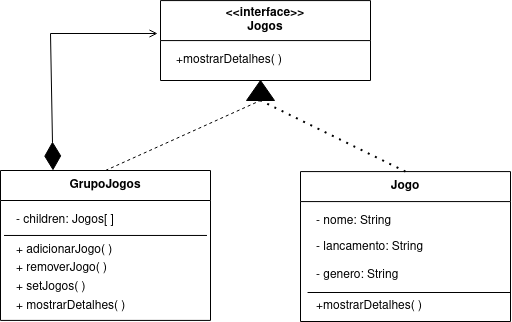
YagoPSilva/Bertoti keeps this draw.io diagram as EngSoftware3/img/composite.png. Above is the earlier version. Source tidied: cells renumbered, new cells last; positions are measured from the earlier drawing's top-left corner, leaving out a move shared by most shapes.
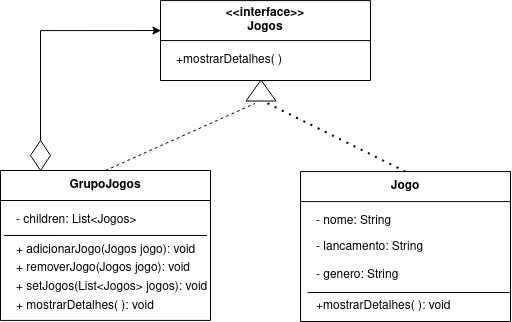
The same file after the commit.

The edit, as a diff of the source:
```diff
@@ -11,7 +11,7 @@
     <mxCell id="4" value="&lt;div&gt;Jogo&lt;/div&gt;" style="swimlane;whiteSpace=wrap;html=1;rotation=0;startSize=30;" parent="1" vertex="1">
       <mxGeometry x="300" y="171.1" width="210" height="149.9" as="geometry" />
     </mxCell>
-    <mxCell id="5" value="+mostrarDetalhes( ) " style="text;strokeColor=none;fillColor=none;align=left;verticalAlign=middle;spacingLeft=4;spacingRight=4;overflow=hidden;whiteSpace=wrap;html=1;" parent="4" vertex="1">
+    <mxCell id="5" value="+mostrarDetalhes( ): void " style="text;strokeColor=none;fillColor=none;align=left;verticalAlign=middle;spacingLeft=4;spacingRight=4;overflow=hidden;whiteSpace=wrap;html=1;" parent="4" vertex="1">
       <mxGeometry x="9.9" y="119.9" width="190.2" height="30" as="geometry" />
     </mxCell>
     <mxCell id="6" value="- nome: String" style="text;strokeColor=none;fillColor=none;align=left;verticalAlign=middle;spacingLeft=4;spacingRight=4;overflow=hidden;whiteSpace=wrap;html=1;" parent="4" vertex="1">
@@ -31,10 +31,10 @@
     <mxCell id="10" value="&lt;div&gt;GrupoJogos&lt;/div&gt;" style="swimlane;whiteSpace=wrap;html=1;rotation=0;startSize=30;" parent="1" vertex="1">
       <mxGeometry y="170" width="210" height="149.9" as="geometry" />
     </mxCell>
-    <mxCell id="11" value="+ adicionarJogo( )" style="text;strokeColor=none;fillColor=none;align=left;verticalAlign=middle;spacingLeft=4;spacingRight=4;overflow=hidden;whiteSpace=wrap;html=1;" parent="10" vertex="1">
-      <mxGeometry x="9.9" y="65" width="190.2" height="30" as="geometry" />
+    <mxCell id="11" value="+ adicionarJogo(Jogos jogo): void" style="text;strokeColor=none;fillColor=none;align=left;verticalAlign=middle;spacingLeft=4;spacingRight=4;overflow=hidden;whiteSpace=wrap;html=1;" parent="10" vertex="1">
+      <mxGeometry x="9.9" y="65" width="190.1" height="30" as="geometry" />
     </mxCell>
-    <mxCell id="12" value="- children: Jogos[ ] " style="text;strokeColor=none;fillColor=none;align=left;verticalAlign=middle;spacingLeft=4;spacingRight=4;overflow=hidden;whiteSpace=wrap;html=1;" parent="10" vertex="1">
+    <mxCell id="12" value="- children: List&amp;lt;Jogos&amp;gt; " style="text;strokeColor=none;fillColor=none;align=left;verticalAlign=middle;spacingLeft=4;spacingRight=4;overflow=hidden;whiteSpace=wrap;html=1;" parent="10" vertex="1">
       <mxGeometry x="9.9" y="35" width="190.2" height="30" as="geometry" />
     </mxCell>
     <mxCell id="13" style="endArrow=none;html=1;rounded=0;entryX=-0.015;entryY=1.067;entryDx=0;entryDy=0;entryPerimeter=0;" parent="10" edge="1">
@@ -43,37 +43,33 @@
         <mxPoint x="3.5" y="65" as="targetPoint" />
       </mxGeometry>
     </mxCell>
-    <mxCell id="14" value="+ setJogos( )" style="text;strokeColor=none;fillColor=none;align=left;verticalAlign=middle;spacingLeft=4;spacingRight=4;overflow=hidden;whiteSpace=wrap;html=1;" parent="1" vertex="1">
-      <mxGeometry x="9.9" y="272" width="190.2" height="30" as="geometry" />
+    <mxCell id="14" value="+ setJogos(List&amp;lt;Jogos&amp;gt; jogos): void" style="text;strokeColor=none;fillColor=none;align=left;verticalAlign=middle;spacingLeft=4;spacingRight=4;overflow=hidden;whiteSpace=wrap;html=1;" parent="1" vertex="1">
+      <mxGeometry x="9.9" y="272" width="210.1" height="30" as="geometry" />
     </mxCell>
-    <mxCell id="15" value="+ mostrarDetalhes( )" style="text;strokeColor=none;fillColor=none;align=left;verticalAlign=middle;spacingLeft=4;spacingRight=4;overflow=hidden;whiteSpace=wrap;html=1;" parent="1" vertex="1">
+    <mxCell id="15" value="+ mostrarDetalhes( ): void" style="text;strokeColor=none;fillColor=none;align=left;verticalAlign=middle;spacingLeft=4;spacingRight=4;overflow=hidden;whiteSpace=wrap;html=1;" parent="1" vertex="1">
       <mxGeometry x="9.9" y="291" width="190.2" height="30" as="geometry" />
     </mxCell>
-    <mxCell id="16" value="+ removerJogo( )" style="text;strokeColor=none;fillColor=none;align=left;verticalAlign=middle;spacingLeft=4;spacingRight=4;overflow=hidden;whiteSpace=wrap;html=1;" parent="1" vertex="1">
+    <mxCell id="16" value="+ removerJogo(Jogos jogo): void" style="text;strokeColor=none;fillColor=none;align=left;verticalAlign=middle;spacingLeft=4;spacingRight=4;overflow=hidden;whiteSpace=wrap;html=1;" parent="1" vertex="1">
       <mxGeometry x="9.9" y="253" width="190.2" height="30" as="geometry" />
     </mxCell>
-    <mxCell id="17" style="endArrow=none;dashed=1;html=1;rounded=0;exitX=0.5;exitY=0;exitDx=0;exitDy=0;" parent="1" edge="1" source="10">
-      <mxGeometry relative="1" as="geometry">
-        <mxPoint x="260" y="100" as="targetPoint" />
-      </mxGeometry>
+    <mxCell id="17" style="endArrow=none;dashed=1;html=1;rounded=0;exitX=0.5;exitY=0;exitDx=0;exitDy=0;entryX=-0.122;entryY=0.291;entryDx=0;entryDy=0;entryPerimeter=0;" parent="1" edge="1" source="10" target="21">
+      <mxGeometry relative="1" as="geometry" />
     </mxCell>
-    <mxCell id="18" style="endArrow=none;dashed=1;html=1;dashPattern=1 3;strokeWidth=2;rounded=0;exitX=0.5;exitY=0;exitDx=0;exitDy=0;" parent="1" edge="1" source="4">
-      <mxGeometry relative="1" as="geometry">
-        <mxPoint x="260" y="100" as="targetPoint" />
-      </mxGeometry>
+    <mxCell id="18" style="endArrow=none;dashed=1;html=1;dashPattern=1 3;strokeWidth=2;rounded=0;exitX=0.5;exitY=0;exitDx=0;exitDy=0;entryX=-0.056;entryY=0.643;entryDx=0;entryDy=0;entryPerimeter=0;" parent="1" edge="1" source="4" target="21">
+      <mxGeometry relative="1" as="geometry" />
     </mxCell>
-    <mxCell id="19" style="shape=mxgraph.arrows2.wedgeArrow;html=1;startWidth=14;fillColor=strokeColor;defaultFillColor=invert;defaultGradientColor=invert;rounded=0;" parent="1" edge="1">
-      <mxGeometry relative="1" as="geometry">
-        <mxPoint x="260" y="100" as="sourcePoint" />
-        <mxPoint x="260" y="80" as="targetPoint" />
-      </mxGeometry>
-    </mxCell>
-    <mxCell id="20" style="endArrow=open;html=1;rounded=0;entryX=-0.014;entryY=0.412;entryDx=0;entryDy=0;entryPerimeter=0;exitX=0.25;exitY=0;exitDx=0;exitDy=0;endFill=0;startArrow=diamondThin;startFill=1;startSize=26;sourcePerimeterSpacing=7;" parent="1" edge="1" source="10" target="2">
-      <mxGeometry relative="1" as="geometry">
-        <Array as="points">
-          <mxPoint x="50" y="33" />
-        </Array>
-      </mxGeometry>
-    </mxCell>
+    <mxCell id="21" style="triangle;whiteSpace=wrap;html=1;fillColor=none;rotation=-90;" parent="1" vertex="1">
+      <mxGeometry x="250" y="75" width="21" height="30" as="geometry" />
+    </mxCell>
+    <mxCell id="22" style="rhombus;whiteSpace=wrap;html=1;" parent="1" vertex="1">
+      <mxGeometry x="30" y="140" width="20" height="30" as="geometry" />
+    </mxCell>
+    <mxCell id="23" style="edgeStyle=orthogonalEdgeStyle;rounded=0;jettySize=auto;html=1;entryX=0.002;entryY=0.375;entryDx=0;entryDy=0;entryPerimeter=0;" parent="1" edge="1" source="22" target="2">
+      <mxGeometry relative="1" as="geometry">
+        <Array as="points">
+          <mxPoint x="40" y="30" />
+        </Array>
+      </mxGeometry>
+    </mxCell>
   </root>
 </mxGraphModel>
```
